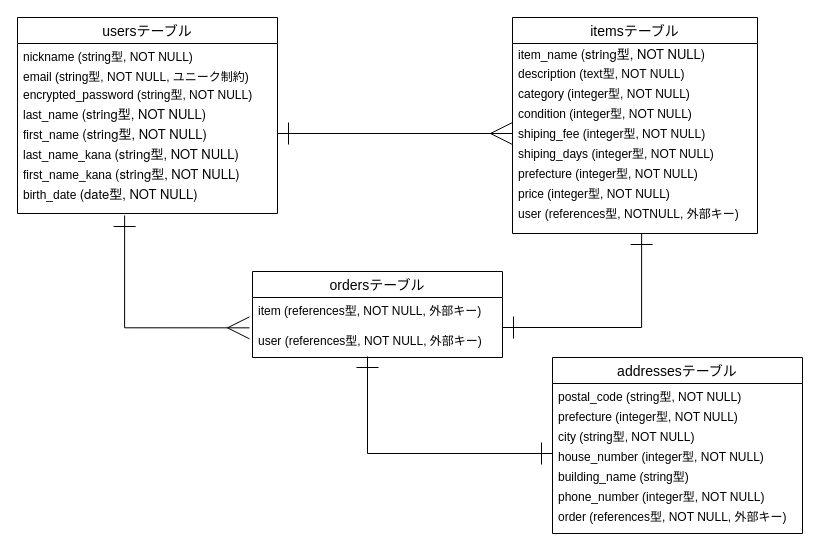
Above: furima.dio in 08081108/furima-42460 (draw.io), before the change. Source tidied: cells renumbered, new cells numbered last; positions are measured from the earlier drawing's top-left corner, leaving out a move shared by most shapes. Both pictures are drawn from the tidied source at 100%, with x=0, y=0 at pixel (17, 17).
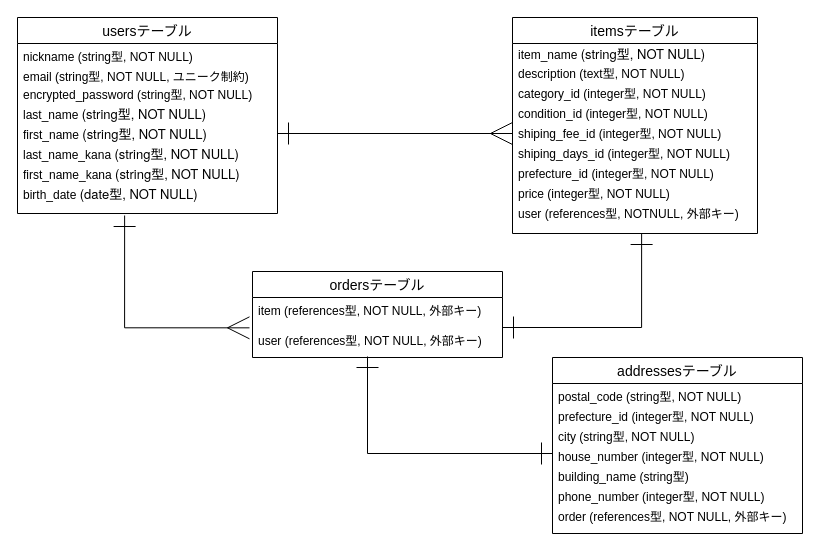
Above is the later version.

Commit message (it also covers changes not shown here):
ER図とREADMEを修正

Unchanged cells that the change refers to:
```xml
<mxCell id="14" value="addressesテーブル" style="swimlane;fontStyle=0;horizontal=1;startSize=26;align=center;fontSize=14;" parent="1" vertex="1">
  <mxGeometry x="535" y="340" width="250" height="176" as="geometry" />
</mxCell>
<mxCell id="22" value="itemsテーブル" style="swimlane;fontStyle=0;horizontal=1;startSize=26;align=center;fontSize=14;" parent="1" vertex="1">
  <mxGeometry x="495" width="245" height="216" as="geometry" />
</mxCell>
```

The edit, as a diff of the source:
```diff
@@
-    <mxCell id="16" value="prefecture (integer型, NOT NULL)" style="text;strokeColor=none;fillColor=none;spacingLeft=4;spacingRight=4;overflow=hidden;fontSize=12;whiteSpace=wrap;html=1;" parent="14" vertex="1">
+    <mxCell id="16" value="prefecture_id (integer型, NOT NULL)" style="text;strokeColor=none;fillColor=none;spacingLeft=4;spacingRight=4;overflow=hidden;fontSize=12;whiteSpace=wrap;html=1;" parent="14" vertex="1">
       <mxGeometry y="46" width="250" height="20" as="geometry" />
     </mxCell>
@@
-    <mxCell id="25" value="category (integer型, NOT NULL)" style="text;strokeColor=none;fillColor=none;spacingLeft=4;spacingRight=4;overflow=hidden;fontSize=12;whiteSpace=wrap;html=1;spacingTop=-3;" parent="22" vertex="1">
+    <mxCell id="25" value="category_id (integer型, NOT NULL)" style="text;strokeColor=none;fillColor=none;spacingLeft=4;spacingRight=4;overflow=hidden;fontSize=12;whiteSpace=wrap;html=1;spacingTop=-3;" parent="22" vertex="1">
       <mxGeometry y="66" width="245" height="20" as="geometry" />
     </mxCell>
-    <mxCell id="26" value="condition (integer型, NOT NULL)" style="text;strokeColor=none;fillColor=none;spacingLeft=4;spacingRight=4;overflow=hidden;fontSize=12;whiteSpace=wrap;html=1;spacingTop=-3;spacingBottom=0;" parent="22" vertex="1">
+    <mxCell id="26" value="condition_id (integer型, NOT NULL)" style="text;strokeColor=none;fillColor=none;spacingLeft=4;spacingRight=4;overflow=hidden;fontSize=12;whiteSpace=wrap;html=1;spacingTop=-3;spacingBottom=0;" parent="22" vertex="1">
       <mxGeometry y="86" width="245" height="20" as="geometry" />
     </mxCell>
-    <mxCell id="27" value="shiping_fee (integer型, NOT NULL)" style="text;strokeColor=none;fillColor=none;spacingLeft=4;spacingRight=4;overflow=hidden;points=[[0,0.5],[1,0.5]];portConstraint=eastwest;fontSize=12;whiteSpace=wrap;html=1;spacingBottom=0;spacingTop=-3;" parent="22" vertex="1">
+    <mxCell id="27" value="shiping_fee_id (integer型, NOT NULL)" style="text;strokeColor=none;fillColor=none;spacingLeft=4;spacingRight=4;overflow=hidden;points=[[0,0.5],[1,0.5]];portConstraint=eastwest;fontSize=12;whiteSpace=wrap;html=1;spacingBottom=0;spacingTop=-3;" parent="22" vertex="1">
       <mxGeometry y="106" width="245" height="20" as="geometry" />
     </mxCell>
-    <mxCell id="28" value="shiping_days (integer型, NOT NULL)" style="text;strokeColor=none;fillColor=none;spacingLeft=4;spacingRight=4;overflow=hidden;fontSize=12;whiteSpace=wrap;html=1;spacingTop=-3;" parent="22" vertex="1">
+    <mxCell id="28" value="shiping_days_id (integer型, NOT NULL)" style="text;strokeColor=none;fillColor=none;spacingLeft=4;spacingRight=4;overflow=hidden;fontSize=12;whiteSpace=wrap;html=1;spacingTop=-3;" parent="22" vertex="1">
       <mxGeometry y="126" width="245" height="20" as="geometry" />
     </mxCell>
-    <mxCell id="29" value="prefecture (integer型, NOT NULL)" style="text;strokeColor=none;fillColor=none;spacingLeft=4;spacingRight=4;overflow=hidden;fontSize=12;whiteSpace=wrap;html=1;spacingTop=-3;" parent="22" vertex="1">
+    <mxCell id="29" value="prefecture_id (integer型, NOT NULL)" style="text;strokeColor=none;fillColor=none;spacingLeft=4;spacingRight=4;overflow=hidden;fontSize=12;whiteSpace=wrap;html=1;spacingTop=-3;" parent="22" vertex="1">
       <mxGeometry y="146" width="245" height="20" as="geometry" />
     </mxCell>
```
